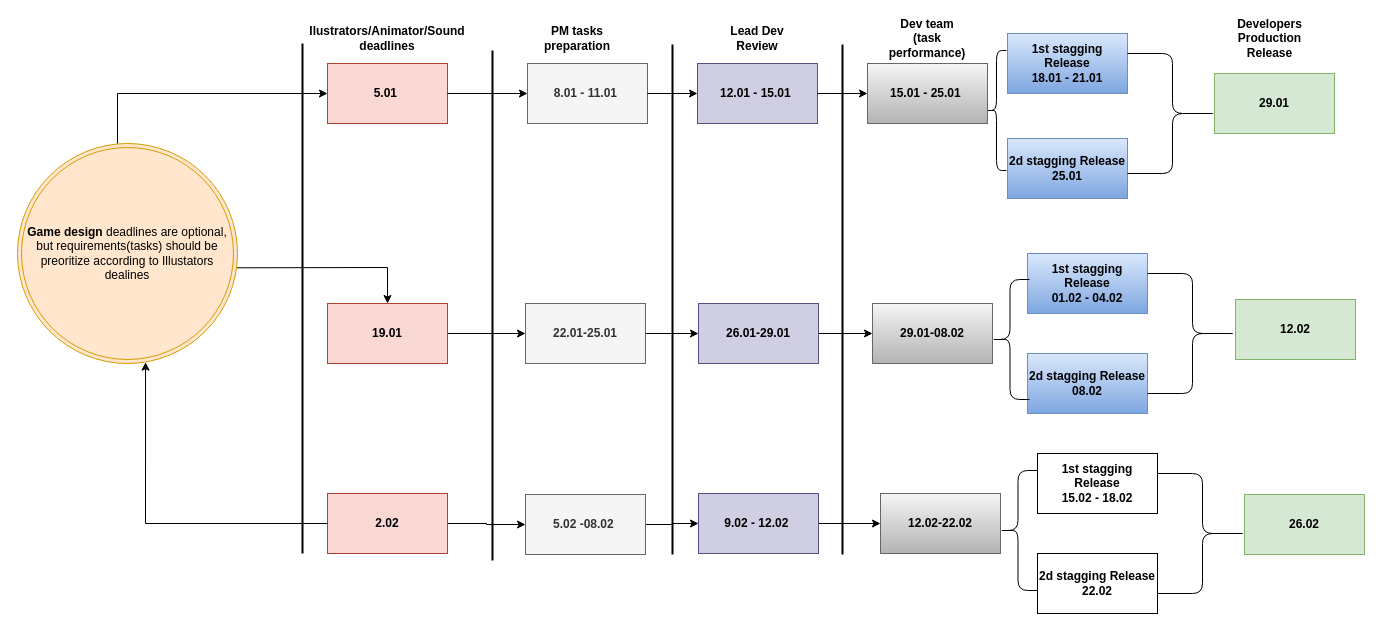
Before: Untitled Diagram.drawio in annastazi09/blog, a draw.io diagram. Source tidied: cells renumbered, new cells numbered last; positions are measured from the earlier drawing's top-left corner, leaving out a move shared by most shapes. Both pictures are drawn from the tidied source at 100%, with x=0, y=0 at pixel (17, 23).
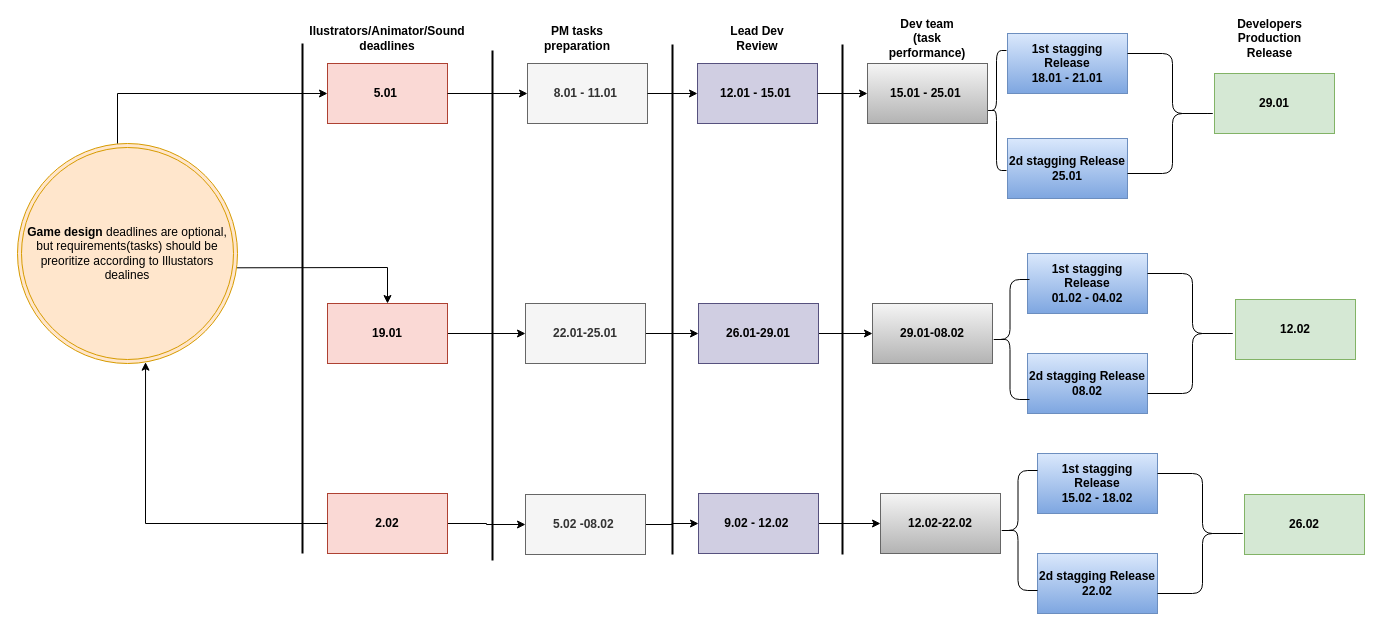
The same page after the edit.

The edit, as a diff of the source:
```diff
@@
-    <mxCell id="39" value="1st stagging Release&lt;br&gt;15.02 - 18.02" style="rounded=0;whiteSpace=wrap;html=1;fontStyle=1;" parent="1" vertex="1">
+    <mxCell id="39" value="1st stagging Release&lt;br&gt;15.02 - 18.02" style="rounded=0;whiteSpace=wrap;html=1;fontStyle=1;fillColor=#dae8fc;gradientColor=#7ea6e0;strokeColor=#6c8ebf;" parent="1" vertex="1">
       <mxGeometry x="1020" y="430" width="120" height="60" as="geometry" />
     </mxCell>
-    <mxCell id="40" value="2d stagging Release&lt;br&gt;22.02" style="rounded=0;whiteSpace=wrap;html=1;fontStyle=1;" parent="1" vertex="1">
+    <mxCell id="40" value="2d stagging Release&lt;br&gt;22.02" style="rounded=0;whiteSpace=wrap;html=1;fontStyle=1;fillColor=#dae8fc;gradientColor=#7ea6e0;strokeColor=#6c8ebf;" parent="1" vertex="1">
       <mxGeometry x="1020" y="530" width="120" height="60" as="geometry" />
     </mxCell>
```
